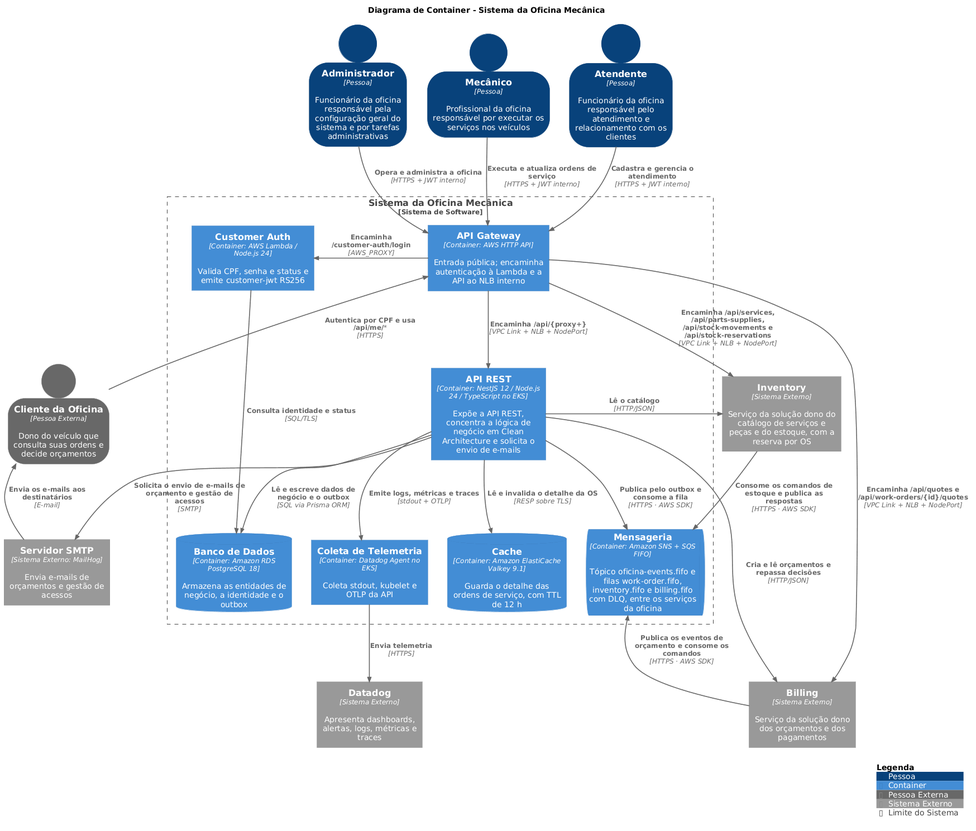
FIAP-15SOAT/oficina-mecanica-work-order-service keeps this PlantUML diagram as docs/c4/images/c4-container.png. Above is the earlier version.
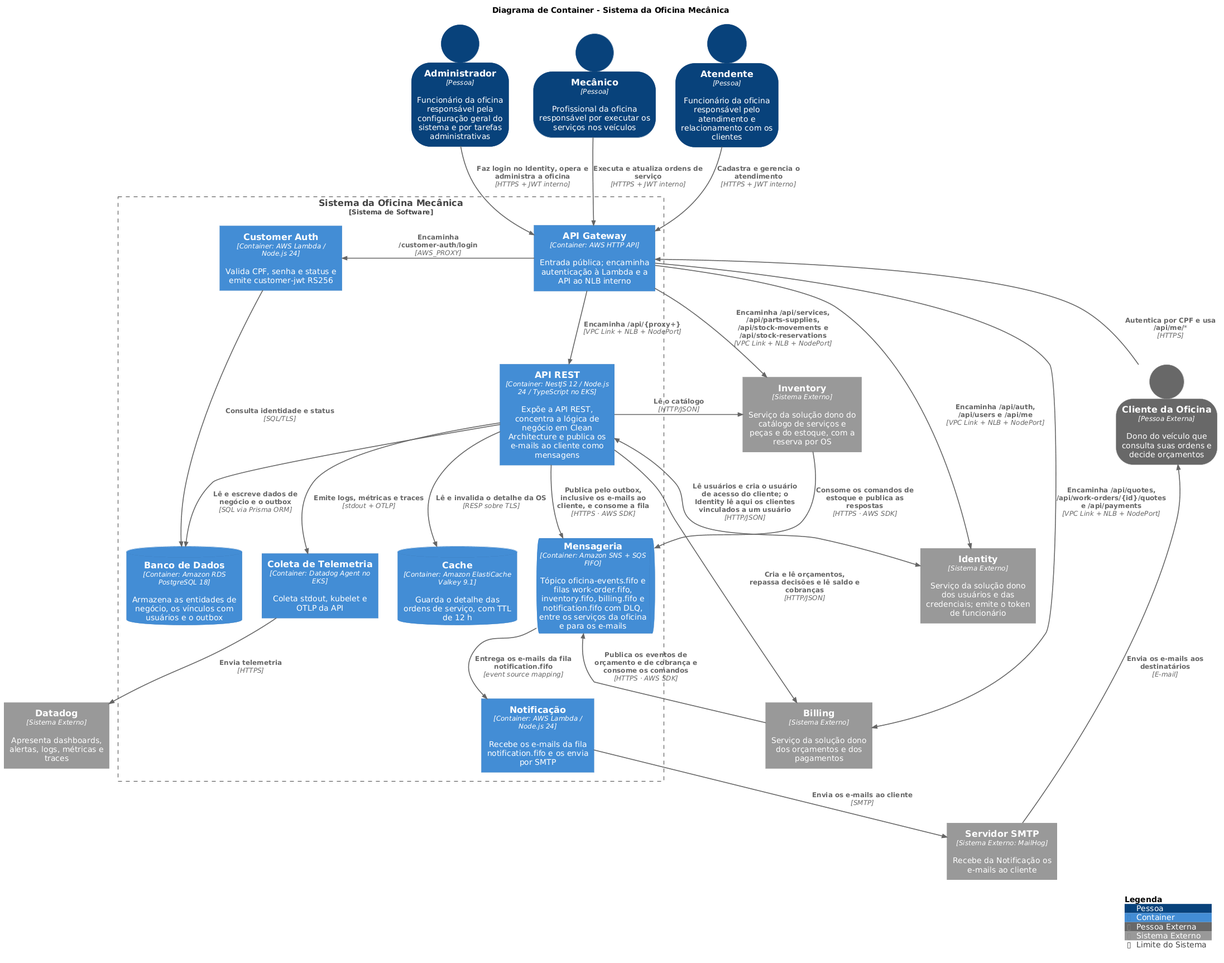
The same diagram one commit later.

The edit, as a diff of the source:
```diff
@@ -22,40 +22,45 @@
 
 System_Boundary(oficina, "Sistema da Oficina Mecânica") {
     Container(gateway, "API Gateway", "AWS HTTP API", "Entrada pública; encaminha autenticação à Lambda e a API ao NLB interno")
-    Container(api, "API REST", "NestJS 12 / Node.js 24 / TypeScript no EKS", "Expõe a API REST, concentra a lógica de negócio em Clean Architecture e solicita o envio de e-mails")
+    Container(api, "API REST", "NestJS 12 / Node.js 24 / TypeScript no EKS", "Expõe a API REST, concentra a lógica de negócio em Clean Architecture e publica os e-mails ao cliente como mensagens")
     Container(auth, "Customer Auth", "AWS Lambda / Node.js 24", "Valida CPF, senha e status e emite customer-jwt RS256")
+    Container(notification, "Notificação", "AWS Lambda / Node.js 24", "Recebe os e-mails da fila notification.fifo e os envia por SMTP")
     Container(agent, "Coleta de Telemetria", "Datadog Agent no EKS", "Coleta stdout, kubelet e OTLP da API")
-    ContainerDb(postgres, "Banco de Dados", "Amazon RDS PostgreSQL 18", "Armazena as entidades de negócio, a identidade e o outbox")
+    ContainerDb(postgres, "Banco de Dados", "Amazon RDS PostgreSQL 18", "Armazena as entidades de negócio, os vínculos com usuários e o outbox")
     ContainerDb(cache, "Cache", "Amazon ElastiCache Valkey 9.1", "Guarda o detalhe das ordens de serviço, com TTL de 12 h")
-    ContainerQueue(messaging, "Mensageria", "Amazon SNS + SQS FIFO", "Tópico oficina-events.fifo e filas work-order.fifo, inventory.fifo e billing.fifo com DLQ, entre os serviços da oficina")
+    ContainerQueue(messaging, "Mensageria", "Amazon SNS + SQS FIFO", "Tópico oficina-events.fifo e filas work-order.fifo, inventory.fifo, billing.fifo e notification.fifo com DLQ, entre os serviços da oficina e para os e-mails")
 }
 
 System_Ext(inventory, "Inventory", "Serviço da solução dono do catálogo de serviços e peças e do estoque, com a reserva por OS")
 System_Ext(billing, "Billing", "Serviço da solução dono dos orçamentos e dos pagamentos")
+System_Ext(identity, "Identity", "Serviço da solução dono dos usuários e das credenciais; emite o token de funcionário")
 System_Ext(datadog, "Datadog", "Apresenta dashboards, alertas, logs, métricas e traces")
-System_Ext(smtp, "Servidor SMTP", "Envia e-mails de orçamentos e gestão de acessos", $type="MailHog")
+System_Ext(smtp, "Servidor SMTP", "Recebe da Notificação os e-mails ao cliente", $type="MailHog")
 
-Rel(admin, gateway, "Opera e administra a oficina", "HTTPS + JWT interno")
+Rel(admin, gateway, "Faz login no Identity, opera e administra a oficina", "HTTPS + JWT interno")
 Rel(mecanico, gateway, "Executa e atualiza ordens de serviço", "HTTPS + JWT interno")
 Rel(atendente, gateway, "Cadastra e gerencia o atendimento", "HTTPS + JWT interno")
 Rel_U(cliente, gateway, "Autentica por CPF e usa /api/me/*", "HTTPS")
 
 Rel(gateway, api, "Encaminha /api/{proxy+}", "VPC Link + NLB + NodePort")
 Rel_L(gateway, auth, "Encaminha /customer-auth/login", "AWS_PROXY")
-Rel(gateway, billing, "Encaminha /api/quotes e /api/work-orders/{id}/quotes", "VPC Link + NLB + NodePort")
+Rel(gateway, billing, "Encaminha /api/quotes, /api/work-orders/{id}/quotes e /api/payments", "VPC Link + NLB + NodePort")
 Rel(gateway, inventory, "Encaminha /api/services, /api/parts-supplies, /api/stock-movements e /api/stock-reservations", "VPC Link + NLB + NodePort")
+Rel(gateway, identity, "Encaminha /api/auth, /api/users e /api/me", "VPC Link + NLB + NodePort")
 
 Rel(api, postgres, "Lê e escreve dados de negócio e o outbox", "SQL via Prisma ORM")
 Rel(api, cache, "Lê e invalida o detalhe da OS", "RESP sobre TLS")
-Rel(api, messaging, "Publica pelo outbox e consome a fila", "HTTPS · AWS SDK")
+Rel(api, messaging, "Publica pelo outbox, inclusive os e-mails ao cliente, e consome a fila", "HTTPS · AWS SDK")
 Rel(api, inventory, "Lê o catálogo", "HTTP/JSON")
-Rel(api, billing, "Cria e lê orçamentos e repassa decisões", "HTTP/JSON")
-Rel_U(billing, messaging, "Publica os eventos de orçamento e consome os comandos", "HTTPS · AWS SDK")
+Rel(api, billing, "Cria e lê orçamentos, repassa decisões e lê saldo e cobranças", "HTTP/JSON")
+BiRel(api, identity, "Lê usuários e cria o usuário de acesso do cliente; o Identity lê aqui os clientes vinculados a um usuário", "HTTP/JSON")
+Rel_U(billing, messaging, "Publica os eventos de orçamento e de cobrança e consome os comandos", "HTTPS · AWS SDK")
 Rel(inventory, messaging, "Consome os comandos de estoque e publica as respostas", "HTTPS · AWS SDK")
 Rel(auth, postgres, "Consulta identidade e status", "SQL/TLS")
 Rel(api, agent, "Emite logs, métricas e traces", "stdout + OTLP")
 Rel(agent, datadog, "Envia telemetria", "HTTPS")
-Rel(api, smtp, "Solicita o envio de e-mails de orçamento e gestão de acessos", "SMTP")
+Rel(messaging, notification, "Entrega os e-mails da fila notification.fifo", "event source mapping")
+Rel(notification, smtp, "Envia os e-mails ao cliente", "SMTP")
 Lay_D(inventory, billing)
 Rel_U(smtp, cliente, "Envia os e-mails aos destinatários", "E-mail")
 
```
